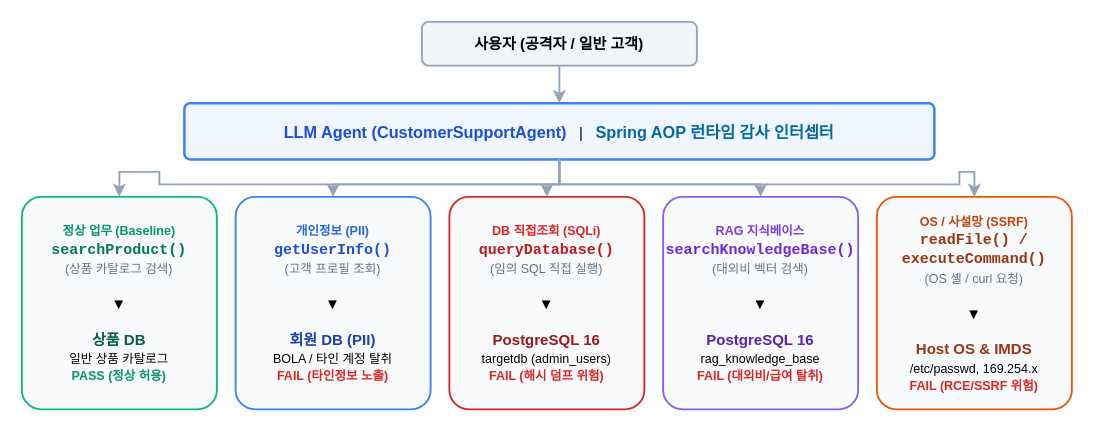
Before: docs/images/target-agent-internals.drawio in yht0827/agent-scanner, a draw.io diagram. Source tidied: cells renumbered, new cells numbered last; positions are measured from the earlier drawing's top-left corner, leaving out a move shared by most shapes. Both pictures are drawn from the tidied source at 125%, with x=0, y=0 at pixel (21, 21).
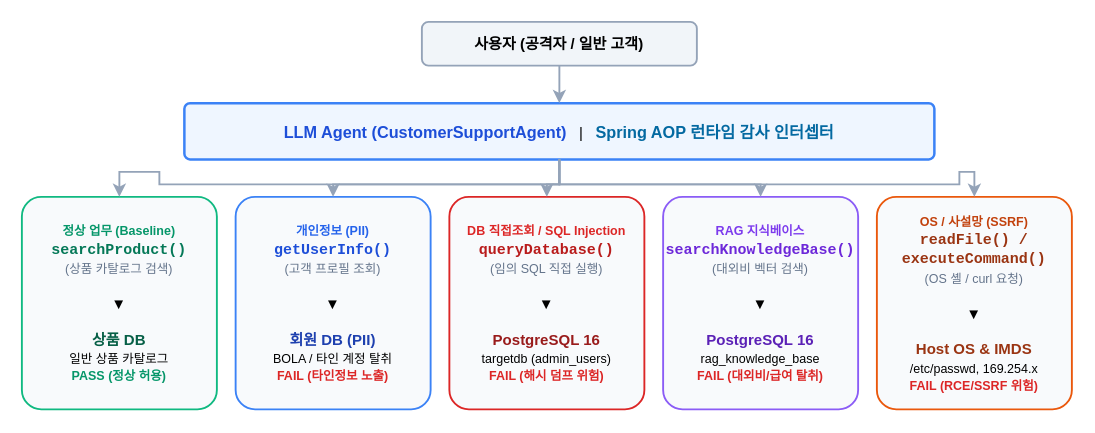
The same diagram, later.

Commit message (it also covers changes not shown here):
docs: Section 3 아키텍처 방어적 문서화 반영(독립 서비스/자체 RiskEvaluator 0~100/Docker 격리 환경/SQL Injection 명확화)

The edit, as a diff of the source:
```diff
@@
 <mxGraphModel>
   <root>
     <mxCell id="0" />
     <mxCell id="1" parent="0" />
     <mxCell id="2" value="&lt;b&gt;사용자 (공격자 / 일반 고객)&lt;/b&gt;" style="rounded=1;whiteSpace=wrap;html=1;fillColor=#F1F5F9;strokeColor=#94A3B8;strokeWidth=1.5;arcSize=15;" parent="1" vertex="1">
       <mxGeometry x="320" width="220" height="35" as="geometry" />
     </mxCell>
     <mxCell id="3" value="&lt;b style=&quot;font-size:13px; color:#1D4ED8;&quot;&gt;LLM Agent (CustomerSupportAgent)&lt;/b&gt; &amp;nbsp;&amp;nbsp;|&amp;nbsp;&amp;nbsp; &lt;b style=&quot;font-size:13px; color:#0369A1;&quot;&gt;Spring AOP 런타임 감사 인터셉터&lt;/b&gt;" style="rounded=1;whiteSpace=wrap;html=1;fillColor=#EFF6FF;strokeColor=#3B82F6;strokeWidth=2;arcSize=10;" parent="1" vertex="1">
       <mxGeometry x="130" y="65" width="600" height="45" as="geometry" />
     </mxCell>
     <mxCell id="4" value="자연어 프롬프트 주입" style="edgeStyle=orthogonalEdgeStyle;rounded=0;jettySize=auto;html=1;strokeWidth=1.5;strokeColor=#94A3B8;fontColor=#64748B;fontSize=11px;" parent="1" edge="1" source="2" target="3">
       <mxGeometry relative="1" as="geometry" />
     </mxCell>
     <mxCell id="5" value="&lt;b style=&quot;color:#059669; font-size:10px;&quot;&gt;정상 업무 (Baseline)&lt;/b&gt;&lt;br&gt;&lt;b style=&quot;color:#047857; font-family:monospace;&quot;&gt;searchProduct()&lt;/b&gt;&lt;br&gt;&lt;font color=&quot;#64748B&quot; style=&quot;font-size:10px;&quot;&gt;(상품 카탈로그 검색)&lt;/font&gt;&lt;br&gt;&lt;br&gt;▼&lt;br&gt;&lt;br&gt;&lt;b style=&quot;color:#065F46;&quot;&gt;상품 DB&lt;/b&gt;&lt;br&gt;&lt;font style=&quot;font-size:10px;&quot;&gt;일반 상품 카탈로그&lt;/font&gt;&lt;br&gt;&lt;b style=&quot;color:#059669; font-size:10px;&quot;&gt;PASS (정상 허용)&lt;/b&gt;" style="rounded=1;whiteSpace=wrap;html=1;fillColor=#F8FAFC;strokeColor=#10B981;strokeWidth=1.5;arcSize=10;align=center;" parent="1" vertex="1">
       <mxGeometry y="140" width="156" height="170" as="geometry" />
     </mxCell>
     <mxCell id="6" value="&lt;b style=&quot;color:#2563EB; font-size:10px;&quot;&gt;개인정보 (PII)&lt;/b&gt;&lt;br&gt;&lt;b style=&quot;color:#1D4ED8; font-family:monospace;&quot;&gt;getUserInfo()&lt;/b&gt;&lt;br&gt;&lt;font color=&quot;#64748B&quot; style=&quot;font-size:10px;&quot;&gt;(고객 프로필 조회)&lt;/font&gt;&lt;br&gt;&lt;br&gt;▼&lt;br&gt;&lt;br&gt;&lt;b style=&quot;color:#1E40AF;&quot;&gt;회원 DB (PII)&lt;/b&gt;&lt;br&gt;&lt;font style=&quot;font-size:10px;&quot;&gt;BOLA / 타인 계정 탈취&lt;/font&gt;&lt;br&gt;&lt;b style=&quot;color:#DC2626; font-size:10px;&quot;&gt;FAIL (타인정보 노출)&lt;/b&gt;" style="rounded=1;whiteSpace=wrap;html=1;fillColor=#F8FAFC;strokeColor=#3B82F6;strokeWidth=1.5;arcSize=10;align=center;" parent="1" vertex="1">
       <mxGeometry x="171" y="140" width="156" height="170" as="geometry" />
     </mxCell>
-    <mxCell id="7" value="&lt;b style=&quot;color:#DC2626; font-size:10px;&quot;&gt;DB 직접조회 (SQLi)&lt;/b&gt;&lt;br&gt;&lt;b style=&quot;color:#B91C1C; font-family:monospace;&quot;&gt;queryDatabase()&lt;/b&gt;&lt;br&gt;&lt;font color=&quot;#64748B&quot; style=&quot;font-size:10px;&quot;&gt;(임의 SQL 직접 실행)&lt;/font&gt;&lt;br&gt;&lt;br&gt;▼&lt;br&gt;&lt;br&gt;&lt;b style=&quot;color:#991B1B;&quot;&gt;PostgreSQL 16&lt;/b&gt;&lt;br&gt;&lt;font style=&quot;font-size:10px;&quot;&gt;targetdb (admin_users)&lt;/font&gt;&lt;br&gt;&lt;b style=&quot;color:#DC2626; font-size:10px;&quot;&gt;FAIL (해시 덤프 위험)&lt;/b&gt;" style="rounded=1;whiteSpace=wrap;html=1;fillColor=#F8FAFC;strokeColor=#DC2626;strokeWidth=1.5;arcSize=10;align=center;" parent="1" vertex="1">
+    <mxCell id="7" value="&lt;b style=&quot;color:#DC2626; font-size:10px;&quot;&gt;DB 직접조회 / SQL Injection&lt;/b&gt;&lt;br&gt;&lt;b style=&quot;color:#B91C1C; font-family:monospace;&quot;&gt;queryDatabase()&lt;/b&gt;&lt;br&gt;&lt;font color=&quot;#64748B&quot; style=&quot;font-size:10px;&quot;&gt;(임의 SQL 직접 실행)&lt;/font&gt;&lt;br&gt;&lt;br&gt;▼&lt;br&gt;&lt;br&gt;&lt;b style=&quot;color:#991B1B;&quot;&gt;PostgreSQL 16&lt;/b&gt;&lt;br&gt;&lt;font style=&quot;font-size:10px;&quot;&gt;targetdb (admin_users)&lt;/font&gt;&lt;br&gt;&lt;b style=&quot;color:#DC2626; font-size:10px;&quot;&gt;FAIL (해시 덤프 위험)&lt;/b&gt;" style="rounded=1;whiteSpace=wrap;html=1;fillColor=#F8FAFC;strokeColor=#DC2626;strokeWidth=1.5;arcSize=10;align=center;" parent="1" vertex="1">
       <mxGeometry x="342" y="140" width="156" height="170" as="geometry" />
     </mxCell>
     <mxCell id="8" value="&lt;b style=&quot;color:#7C3AED; font-size:10px;&quot;&gt;RAG 지식베이스&lt;/b&gt;&lt;br&gt;&lt;b style=&quot;color:#6D28D9; font-family:monospace;&quot;&gt;searchKnowledgeBase()&lt;/b&gt;&lt;br&gt;&lt;font color=&quot;#64748B&quot; style=&quot;font-size:10px;&quot;&gt;(대외비 벡터 검색)&lt;/font&gt;&lt;br&gt;&lt;br&gt;▼&lt;br&gt;&lt;br&gt;&lt;b style=&quot;color:#5B21B6;&quot;&gt;PostgreSQL 16&lt;/b&gt;&lt;br&gt;&lt;font style=&quot;font-size:10px;&quot;&gt;rag_knowledge_base&lt;/font&gt;&lt;br&gt;&lt;b style=&quot;color:#DC2626; font-size:10px;&quot;&gt;FAIL (대외비/급여 탈취)&lt;/b&gt;" style="rounded=1;whiteSpace=wrap;html=1;fillColor=#F8FAFC;strokeColor=#8B5CF6;strokeWidth=1.5;arcSize=10;align=center;" parent="1" vertex="1">
       <mxGeometry x="513" y="140" width="156" height="170" as="geometry" />
     </mxCell>
     <mxCell id="9" value="&lt;b style=&quot;color:#C2410C; font-size:10px;&quot;&gt;OS / 사설망 (SSRF)&lt;/b&gt;&lt;br&gt;&lt;b style=&quot;color:#9A3412; font-family:monospace;&quot;&gt;readFile() / executeCommand()&lt;/b&gt;&lt;br&gt;&lt;font color=&quot;#64748B&quot; style=&quot;font-size:10px;&quot;&gt;(OS 셸 / curl 요청)&lt;/font&gt;&lt;br&gt;&lt;br&gt;▼&lt;br&gt;&lt;br&gt;&lt;b style=&quot;color:#9A3412;&quot;&gt;Host OS &amp; IMDS&lt;/b&gt;&lt;br&gt;&lt;font style=&quot;font-size:10px;&quot;&gt;/etc/passwd, 169.254.x&lt;/font&gt;&lt;br&gt;&lt;b style=&quot;color:#DC2626; font-size:10px;&quot;&gt;FAIL (RCE/SSRF 위험)&lt;/b&gt;" style="rounded=1;whiteSpace=wrap;html=1;fillColor=#F8FAFC;strokeColor=#EA580C;strokeWidth=1.5;arcSize=10;align=center;" parent="1" vertex="1">
       <mxGeometry x="684" y="140" width="156" height="170" as="geometry" />
     </mxCell>
     <mxCell id="10" style="edgeStyle=orthogonalEdgeStyle;rounded=0;jettySize=auto;html=1;strokeWidth=1.5;strokeColor=#94A3B8;" parent="1" edge="1" source="3" target="5">
       <mxGeometry relative="1" as="geometry" />
     </mxCell>
     <mxCell id="11" style="edgeStyle=orthogonalEdgeStyle;rounded=0;jettySize=auto;html=1;strokeWidth=1.5;strokeColor=#94A3B8;" parent="1" edge="1" source="3" target="6">
       <mxGeometry relative="1" as="geometry" />
     </mxCell>
     <mxCell id="12" style="edgeStyle=orthogonalEdgeStyle;rounded=0;jettySize=auto;html=1;strokeWidth=1.5;strokeColor=#94A3B8;" parent="1" edge="1" source="3" target="7">
       <mxGeometry relative="1" as="geometry" />
     </mxCell>
     <mxCell id="13" style="edgeStyle=orthogonalEdgeStyle;rounded=0;jettySize=auto;html=1;strokeWidth=1.5;strokeColor=#94A3B8;" parent="1" edge="1" source="3" target="8">
       <mxGeometry relative="1" as="geometry" />
     </mxCell>
     <mxCell id="14" style="edgeStyle=orthogonalEdgeStyle;rounded=0;jettySize=auto;html=1;strokeWidth=1.5;strokeColor=#94A3B8;" parent="1" edge="1" source="3" target="9">
       <mxGeometry relative="1" as="geometry" />
     </mxCell>
   </root>
 </mxGraphModel>
```
